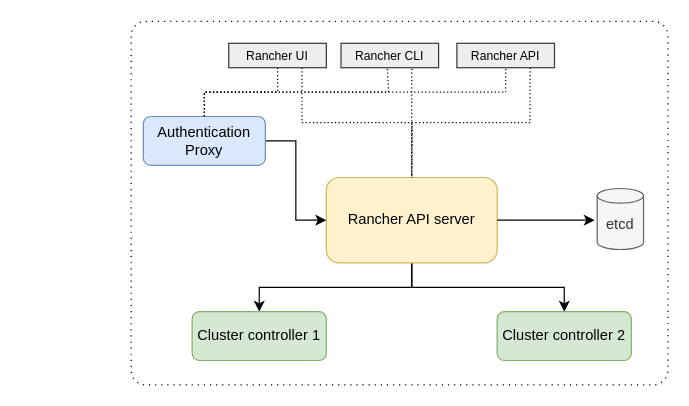
Before: rancher.drawio in jacmathew/jacmathew, a draw.io diagram. Source tidied: cells renumbered, new cells numbered last; positions are measured from the earlier drawing's top-left corner, leaving out a move shared by most shapes. Both pictures are drawn from the tidied source at 122%, with x=0, y=0 at pixel (131, 21).
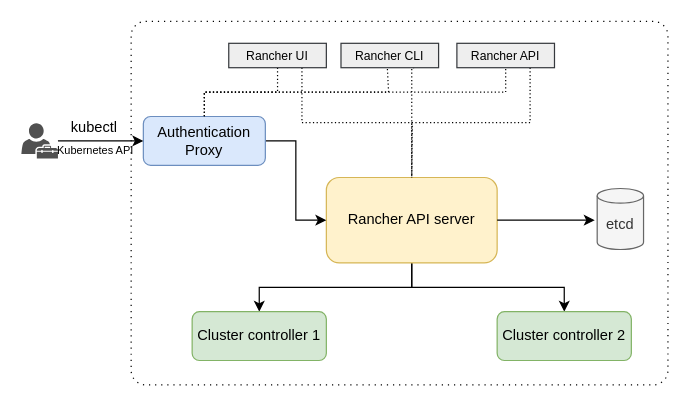
Above is the later version.

Change to the diagram source:
```diff
@@
+    <mxCell id="21" style="endArrow=classic;html=1;rounded=0;" parent="1" edge="1">
+      <mxGeometry relative="1" as="geometry">
+        <mxPoint x="-60" y="98" as="sourcePoint" />
+        <mxPoint x="10" y="98" as="targetPoint" />
+      </mxGeometry>
+    </mxCell>
+    <mxCell id="22" style="sketch=0;shadow=0;dashed=0;html=1;strokeColor=none;fillColor=#505050;labelPosition=center;verticalLabelPosition=bottom;verticalAlign=top;align=center;shape=mxgraph.office.users.tenant_admin;" parent="1" vertex="1">
+      <mxGeometry x="-90" y="83.5" width="30" height="29" as="geometry" />
+    </mxCell>
+    <mxCell id="23" value="kubectl" style="text;html=1;strokeColor=none;fillColor=none;align=center;verticalAlign=middle;whiteSpace=wrap;rounded=0;" parent="1" vertex="1">
+      <mxGeometry x="-60" y="72" width="60" height="30" as="geometry" />
+    </mxCell>
+    <mxCell id="24" value="&lt;font style=&quot;font-size: 9px;&quot;&gt;Kubernetes API&lt;/font&gt;" style="text;html=1;strokeColor=none;fillColor=none;align=center;verticalAlign=middle;whiteSpace=wrap;rounded=0;" parent="1" vertex="1">
+      <mxGeometry x="-64" y="90" width="70" height="30" as="geometry" />
+    </mxCell>
```
